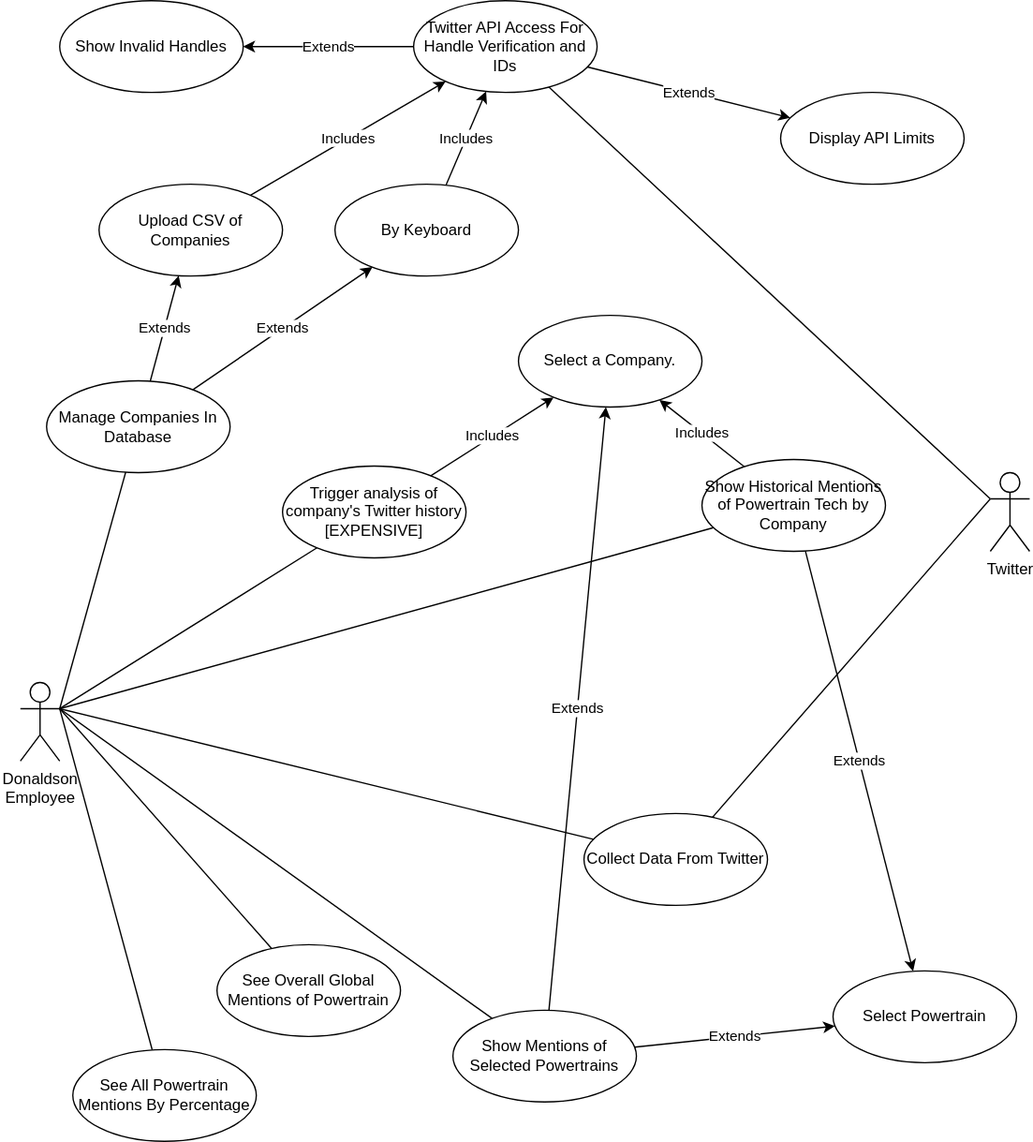
Earlier version of the draw.io export uml/useCaseModel1v2.drawio.svg (agarcia169/4306-Donaldson-Project). Source tidied: cells renumbered, new cells last; positions are measured from the earlier drawing's top-left corner, leaving out a move shared by most shapes. Its diagram source:
```xml
<mxGraphModel>
  <root>
    <mxCell id="0" />
    <mxCell id="1" parent="0" />
    <mxCell id="2" value="Includes" style="edgeStyle=none;rounded=0;jettySize=auto;html=1;endArrow=classic;endFill=1;" parent="1" edge="1" source="4" target="17">
      <mxGeometry relative="1" as="geometry" />
    </mxCell>
    <mxCell id="3" value="Extends" style="edgeStyle=none;rounded=0;jettySize=auto;html=1;endArrow=classic;endFill=1;" parent="1" edge="1" source="4" target="24">
      <mxGeometry relative="1" as="geometry" />
    </mxCell>
    <mxCell id="4" value="Show Historical Mentions of Powertrain Tech by Company" style="ellipse;whiteSpace=wrap;html=1;" parent="1" vertex="1">
      <mxGeometry x="520" y="350" width="140" height="70" as="geometry" />
    </mxCell>
    <mxCell id="5" value="Extends" style="edgeStyle=none;rounded=0;jettySize=auto;html=1;endArrow=classic;endFill=1;" parent="1" edge="1" source="7" target="30">
      <mxGeometry relative="1" as="geometry" />
    </mxCell>
    <mxCell id="6" value="Extends" style="edgeStyle=none;rounded=0;jettySize=auto;html=1;endArrow=classic;endFill=1;" parent="1" edge="1" source="7" target="32">
      <mxGeometry relative="1" as="geometry" />
    </mxCell>
    <mxCell id="7" value="Manage Companies In Database" style="ellipse;whiteSpace=wrap;html=1;" parent="1" vertex="1">
      <mxGeometry x="20" y="290" width="140" height="70" as="geometry" />
    </mxCell>
    <mxCell id="8" value="Includes" style="edgeStyle=none;rounded=0;jettySize=auto;html=1;endArrow=classic;endFill=1;" parent="1" edge="1" source="9" target="17">
      <mxGeometry relative="1" as="geometry" />
    </mxCell>
    <mxCell id="9" value="Trigger analysis of company's Twitter history&lt;br&gt;[EXPENSIVE]" style="ellipse;whiteSpace=wrap;html=1;" parent="1" vertex="1">
      <mxGeometry x="200" y="355" width="140" height="70" as="geometry" />
    </mxCell>
    <mxCell id="10" style="edgeStyle=none;rounded=0;jettySize=auto;html=1;exitX=1;exitY=0.3333333333333333;exitDx=0;exitDy=0;exitPerimeter=0;endArrow=none;endFill=0;" parent="1" edge="1" source="15" target="21">
      <mxGeometry relative="1" as="geometry" />
    </mxCell>
    <mxCell id="11" style="edgeStyle=none;rounded=0;jettySize=auto;html=1;endArrow=none;endFill=0;exitX=1;exitY=0.3333333333333333;exitDx=0;exitDy=0;exitPerimeter=0;" parent="1" edge="1" source="15" target="23">
      <mxGeometry relative="1" as="geometry" />
    </mxCell>
    <mxCell id="12" style="edgeStyle=none;rounded=0;jettySize=auto;html=1;endArrow=none;endFill=0;exitX=1;exitY=0.3333333333333333;exitDx=0;exitDy=0;exitPerimeter=0;" parent="1" edge="1" source="15" target="7">
      <mxGeometry relative="1" as="geometry" />
    </mxCell>
    <mxCell id="13" style="rounded=0;jettySize=auto;html=1;exitX=1;exitY=0.3333333333333333;exitDx=0;exitDy=0;exitPerimeter=0;endArrow=none;endFill=0;" parent="1" edge="1" source="15" target="9">
      <mxGeometry relative="1" as="geometry" />
    </mxCell>
    <mxCell id="14" style="edgeStyle=none;rounded=0;jettySize=auto;html=1;exitX=1;exitY=0.3333333333333333;exitDx=0;exitDy=0;exitPerimeter=0;endArrow=none;endFill=0;" parent="1" edge="1" source="15" target="28">
      <mxGeometry relative="1" as="geometry" />
    </mxCell>
    <mxCell id="15" value="Donaldson &lt;br&gt;Employee" style="shape=umlActor;verticalLabelPosition=bottom;verticalAlign=top;html=1;" parent="1" vertex="1">
      <mxGeometry y="520" width="30" height="60" as="geometry" />
    </mxCell>
    <mxCell id="16" style="edgeStyle=none;rounded=0;jettySize=auto;html=1;endArrow=none;endFill=0;exitX=1;exitY=0.3333333333333333;exitDx=0;exitDy=0;exitPerimeter=0;" parent="1" edge="1" source="15" target="4">
      <mxGeometry relative="1" as="geometry" />
    </mxCell>
    <mxCell id="17" value="Select a Company." style="ellipse;whiteSpace=wrap;html=1;" parent="1" vertex="1">
      <mxGeometry x="380" y="240" width="140" height="70" as="geometry" />
    </mxCell>
    <mxCell id="18" style="edgeStyle=none;rounded=0;jettySize=auto;html=1;exitX=1;exitY=0.3333333333333333;exitDx=0;exitDy=0;endArrow=none;endFill=0;exitPerimeter=0;" parent="1" edge="1" source="15" target="22">
      <mxGeometry relative="1" as="geometry" />
    </mxCell>
    <mxCell id="19" value="Extends" style="edgeStyle=none;rounded=0;jettySize=auto;html=1;endArrow=classic;endFill=1;" parent="1" edge="1" source="21" target="17">
      <mxGeometry relative="1" as="geometry" />
    </mxCell>
    <mxCell id="20" value="Extends" style="edgeStyle=none;rounded=0;jettySize=auto;html=1;endArrow=classic;endFill=1;" parent="1" edge="1" source="21" target="24">
      <mxGeometry relative="1" as="geometry" />
    </mxCell>
    <mxCell id="21" value="Show Mentions of Selected Powertrains" style="ellipse;whiteSpace=wrap;html=1;" parent="1" vertex="1">
      <mxGeometry x="330" y="770" width="140" height="70" as="geometry" />
    </mxCell>
    <mxCell id="22" value="See Overall Global Mentions of Powertrain" style="ellipse;whiteSpace=wrap;html=1;" parent="1" vertex="1">
      <mxGeometry x="150" y="720" width="140" height="70" as="geometry" />
    </mxCell>
    <mxCell id="23" value="See All Powertrain Mentions By Percentage" style="ellipse;whiteSpace=wrap;html=1;" parent="1" vertex="1">
      <mxGeometry x="40" y="800" width="140" height="70" as="geometry" />
    </mxCell>
    <mxCell id="24" value="Select Powertrain" style="ellipse;whiteSpace=wrap;html=1;" parent="1" vertex="1">
      <mxGeometry x="620" y="740" width="140" height="70" as="geometry" />
    </mxCell>
    <mxCell id="25" style="edgeStyle=none;rounded=0;jettySize=auto;html=1;exitX=0;exitY=0.3333333333333333;exitDx=0;exitDy=0;exitPerimeter=0;endArrow=none;endFill=0;" parent="1" edge="1" source="27" target="28">
      <mxGeometry relative="1" as="geometry" />
    </mxCell>
    <mxCell id="26" style="edgeStyle=none;rounded=0;jettySize=auto;html=1;exitX=0;exitY=0.3333333333333333;exitDx=0;exitDy=0;exitPerimeter=0;endArrow=none;endFill=0;" parent="1" edge="1" source="27" target="35">
      <mxGeometry relative="1" as="geometry" />
    </mxCell>
    <mxCell id="27" value="Twitter" style="shape=umlActor;verticalLabelPosition=bottom;verticalAlign=top;html=1;" parent="1" vertex="1">
      <mxGeometry x="740" y="360" width="30" height="60" as="geometry" />
    </mxCell>
    <mxCell id="28" value="Collect Data From Twitter" style="ellipse;whiteSpace=wrap;html=1;" parent="1" vertex="1">
      <mxGeometry x="430" y="620" width="140" height="70" as="geometry" />
    </mxCell>
    <mxCell id="29" value="Includes" style="edgeStyle=none;rounded=0;jettySize=auto;html=1;endArrow=classic;endFill=1;" parent="1" edge="1" source="30" target="35">
      <mxGeometry relative="1" as="geometry" />
    </mxCell>
    <mxCell id="30" value="Upload CSV of Companies" style="ellipse;whiteSpace=wrap;html=1;" parent="1" vertex="1">
      <mxGeometry x="60" y="140" width="140" height="70" as="geometry" />
    </mxCell>
    <mxCell id="31" value="Includes" style="edgeStyle=none;rounded=0;jettySize=auto;html=1;endArrow=classic;endFill=1;" parent="1" edge="1" source="32" target="35">
      <mxGeometry relative="1" as="geometry" />
    </mxCell>
    <mxCell id="32" value="By Keyboard" style="ellipse;whiteSpace=wrap;html=1;" parent="1" vertex="1">
      <mxGeometry x="240" y="140" width="140" height="70" as="geometry" />
    </mxCell>
    <mxCell id="33" value="Extends" style="edgeStyle=none;rounded=0;jettySize=auto;html=1;endArrow=classic;endFill=1;" parent="1" edge="1" source="35" target="36">
      <mxGeometry relative="1" as="geometry" />
    </mxCell>
    <mxCell id="34" value="Extends" style="rounded=0;jettySize=auto;html=1;endArrow=classic;endFill=1;" parent="1" edge="1" source="35" target="37">
      <mxGeometry relative="1" as="geometry" />
    </mxCell>
    <mxCell id="35" value="Twitter API Access For Handle Verification and IDs" style="ellipse;whiteSpace=wrap;html=1;" parent="1" vertex="1">
      <mxGeometry x="300" width="140" height="70" as="geometry" />
    </mxCell>
    <mxCell id="36" value="Show Invalid Handles" style="ellipse;whiteSpace=wrap;html=1;" parent="1" vertex="1">
      <mxGeometry x="30" width="140" height="70" as="geometry" />
    </mxCell>
    <mxCell id="37" value="Display API Limits" style="ellipse;whiteSpace=wrap;html=1;" parent="1" vertex="1">
      <mxGeometry x="580" y="70" width="140" height="70" as="geometry" />
    </mxCell>
  </root>
</mxGraphModel>
```
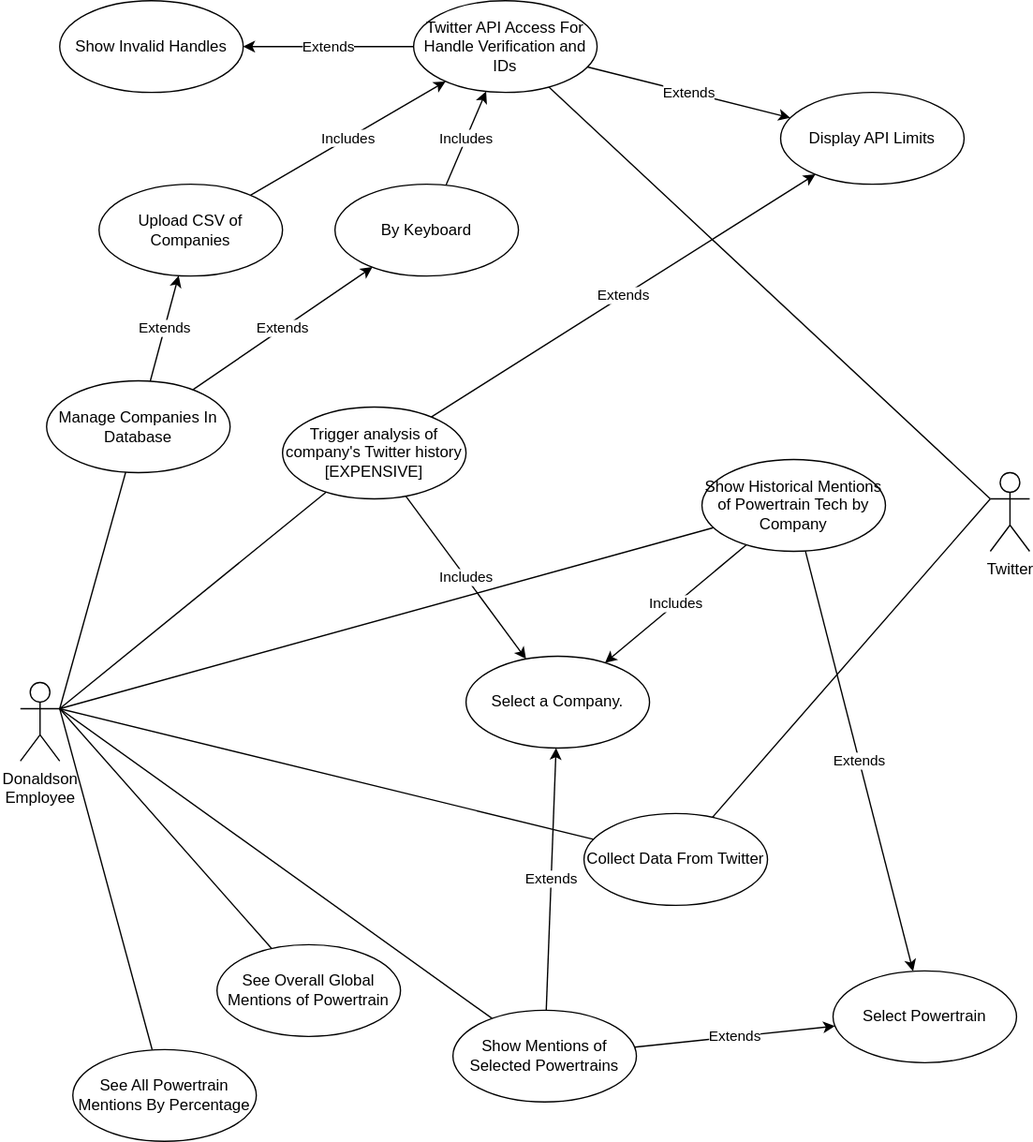
After the commit.

Diff of the diagram source:
```diff
@@ -23,8 +23,11 @@
     <mxCell id="8" value="Includes" style="edgeStyle=none;rounded=0;jettySize=auto;html=1;endArrow=classic;endFill=1;" parent="1" edge="1" source="9" target="17">
       <mxGeometry relative="1" as="geometry" />
     </mxCell>
+    <mxCell id="38" value="Extends" style="rounded=0;jettySize=auto;html=1;" parent="1" edge="1" source="9" target="37">
+      <mxGeometry relative="1" as="geometry" />
+    </mxCell>
     <mxCell id="9" value="Trigger analysis of company's Twitter history&lt;br&gt;[EXPENSIVE]" style="ellipse;whiteSpace=wrap;html=1;" parent="1" vertex="1">
-      <mxGeometry x="200" y="355" width="140" height="70" as="geometry" />
+      <mxGeometry x="200" y="310" width="140" height="70" as="geometry" />
     </mxCell>
     <mxCell id="10" style="edgeStyle=none;rounded=0;jettySize=auto;html=1;exitX=1;exitY=0.3333333333333333;exitDx=0;exitDy=0;exitPerimeter=0;endArrow=none;endFill=0;" parent="1" edge="1" source="15" target="21">
       <mxGeometry relative="1" as="geometry" />
@@ -48,7 +51,7 @@
       <mxGeometry relative="1" as="geometry" />
     </mxCell>
     <mxCell id="17" value="Select a Company." style="ellipse;whiteSpace=wrap;html=1;" parent="1" vertex="1">
-      <mxGeometry x="380" y="240" width="140" height="70" as="geometry" />
+      <mxGeometry x="340" y="500" width="140" height="70" as="geometry" />
     </mxCell>
     <mxCell id="18" style="edgeStyle=none;rounded=0;jettySize=auto;html=1;exitX=1;exitY=0.3333333333333333;exitDx=0;exitDy=0;endArrow=none;endFill=0;exitPerimeter=0;" parent="1" edge="1" source="15" target="22">
       <mxGeometry relative="1" as="geometry" />
```
